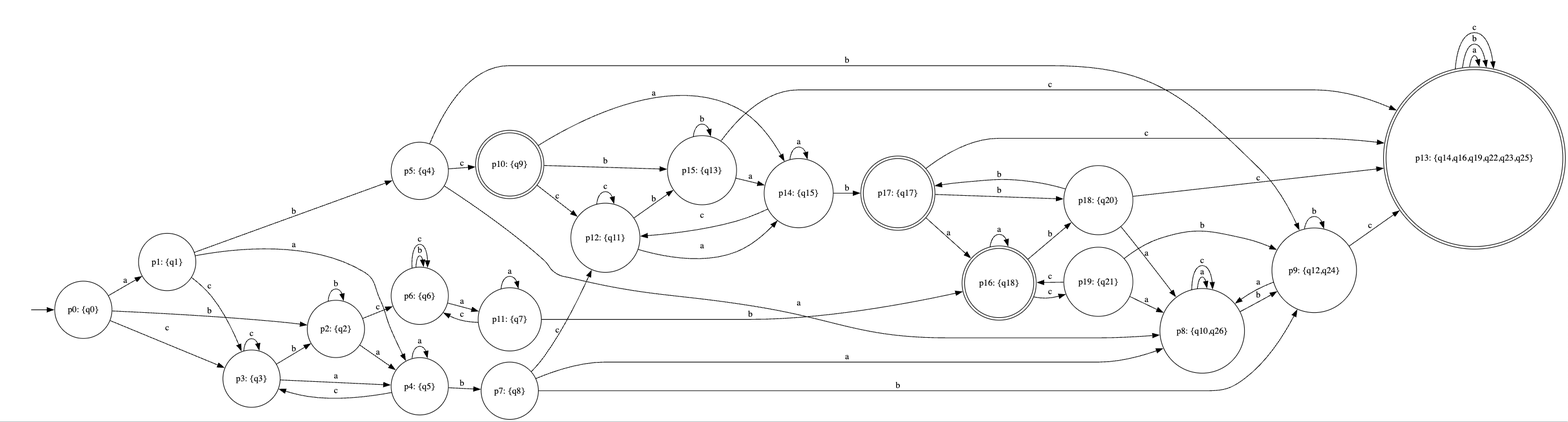
The Graphviz diagram lab2/img/min_dfa.png in Prrromanssss/formal-languages-labs, before a commit. Its source is kept beside it as lab2/dot/min_dfa.dot.
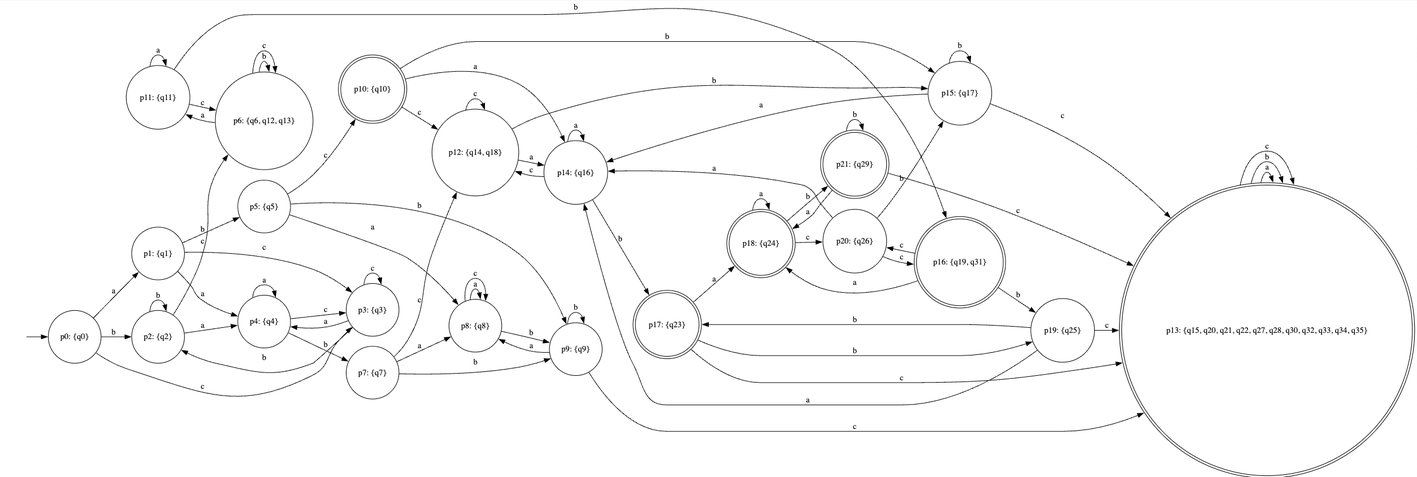
Above is the later version.

What changed in the source:
```diff
@@ -1,31 +1,34 @@
-digraph MinDFA {
+digraph DFA_min {
     rankdir=LR;
-    node [shape = doublecircle]; p10 p13 p16 p17;
+
+    node [shape = doublecircle]; p10 p13 p16 p17 p18 p21;
     node [shape = circle];
 
-    "" [shape=none,label=""];
+    "" [shape=none];
     "" -> p0;
 
     p0  [label="p0: {q0}"];
     p1  [label="p1: {q1}"];
     p2  [label="p2: {q2}"];
     p3  [label="p3: {q3}"];
-    p4  [label="p4: {q5}"];
-    p5  [label="p5: {q4}"];
-    p6  [label="p6: {q6}"];
-    p7  [label="p7: {q8}"];
-    p8  [label="p8: {q10,q26}"];
-    p9  [label="p9: {q12,q24}"];
-    p10 [label="p10: {q9}"];
-    p11 [label="p11: {q7}"];
-    p12 [label="p12: {q11}"];
-    p13 [label="p13: {q14,q16,q19,q22,q23,q25}"];
-    p14 [label="p14: {q15}"];
-    p15 [label="p15: {q13}"];
-    p16 [label="p16: {q18}"];
-    p17 [label="p17: {q17}"];
-    p18 [label="p18: {q20}"];
-    p19 [label="p19: {q21}"];
+    p4  [label="p4: {q4}"];
+    p5  [label="p5: {q5}"];
+    p6  [label="p6: {q6, q12, q13}"];
+    p7  [label="p7: {q7}"];
+    p8  [label="p8: {q8}"];
+    p9  [label="p9: {q9}"];
+    p10 [label="p10: {q10}"];
+    p11 [label="p11: {q11}"];
+    p12 [label="p12: {q14, q18}"];
+    p13 [label="p13: {q15, q20, q21, q22, q27, q28, q30, q32, q33, q34, q35}"];
+    p14 [label="p14: {q16}"];
+    p15 [label="p15: {q17}"];
+    p16 [label="p16: {q19, q31}"];
+    p17 [label="p17: {q23}"];
+    p18 [label="p18: {q24}"];
+    p19 [label="p19: {q25}"];
+    p20 [label="p20: {q26}"];
+    p21 [label="p21: {q29}"];
 
     p0  -> p1  [label="a"];
     p0  -> p2  [label="b"];
@@ -91,19 +94,27 @@
     p15 -> p15 [label="b"];
     p15 -> p13 [label="c"];
 
-    p16 -> p16 [label="a"];
-    p16 -> p18 [label="b"];
-    p16 -> p19 [label="c"];
+    p16 -> p18 [label="a"];
+    p16 -> p19 [label="b"];
+    p16 -> p20 [label="c"];
 
-    p17 -> p16 [label="a"];
-    p17 -> p18 [label="b"];
+    p17 -> p18 [label="a"];
+    p17 -> p19 [label="b"];
     p17 -> p13 [label="c"];
 
-    p18 -> p8  [label="a"];
-    p18 -> p17 [label="b"];
-    p18 -> p13 [label="c"];
+    p18 -> p18 [label="a"];
+    p18 -> p21 [label="b"];
+    p18 -> p20 [label="c"];
 
-    p19 -> p8  [label="a"];
-    p19 -> p9  [label="b"];
-    p19 -> p16 [label="c"];
+    p19 -> p14 [label="a"];
+    p19 -> p17 [label="b"];
+    p19 -> p13 [label="c"];
+
+    p20 -> p14 [label="a"];
+    p20 -> p15 [label="b"];
+    p20 -> p16 [label="c"];
+
+    p21 -> p18 [label="a"];
+    p21 -> p21 [label="b"];
+    p21 -> p13 [label="c"];
 }
```
